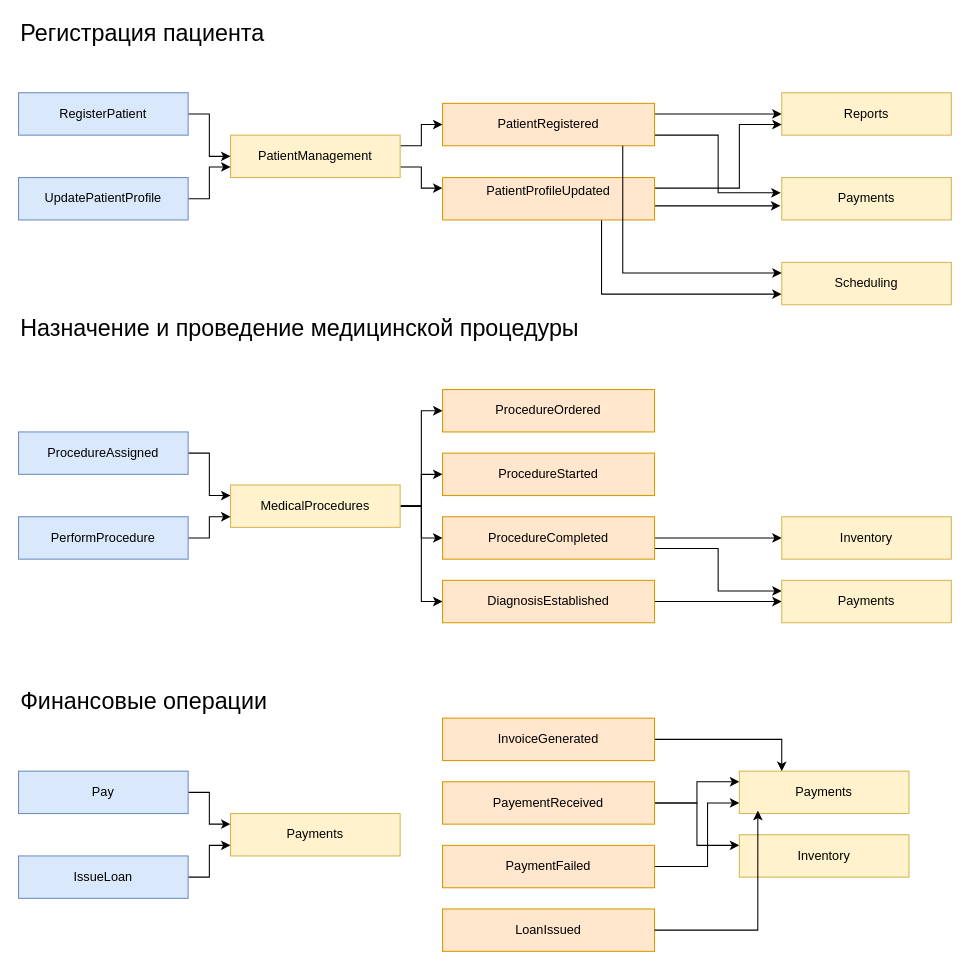
dbushenko/architecture-future_2_0 keeps this draw.io diagram as Task4Advanced/event-storming.drawio. Above is the earlier version. Source tidied: cells renumbered, new cells numbered last; positions are measured from the earlier drawing's top-left corner, leaving out a move shared by most shapes. Both pictures are drawn from the tidied source at 106%, with x=0, y=0 at pixel (18, 18).
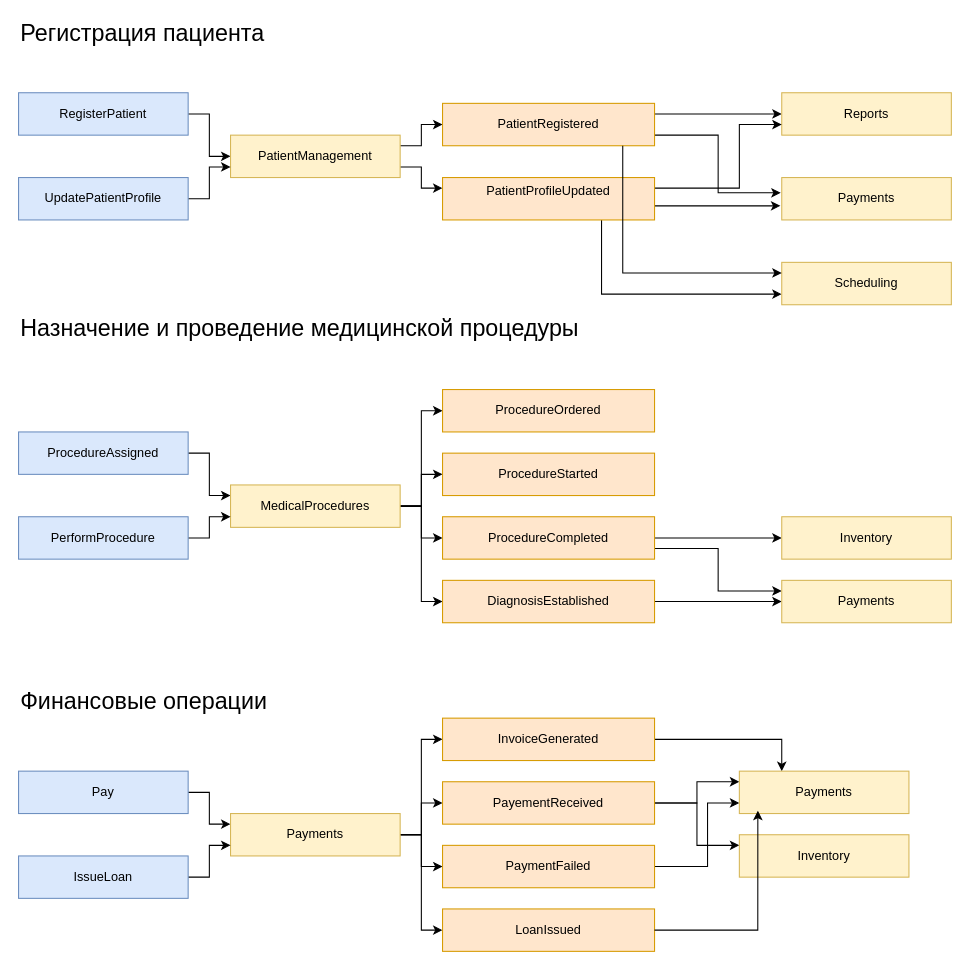
The same page after the edit.

Commit message (it also covers changes not shown here):
updated events diagram

Unchanged cells that the change refers to:
```xml
<mxCell id="43" value="Payments" style="rounded=0;whiteSpace=wrap;html=1;fillColor=#fff2cc;strokeColor=#d6b656;" parent="1" vertex="1">
  <mxGeometry x="200" y="750" width="160" height="40" as="geometry" />
</mxCell>
<mxCell id="47" value="InvoiceGenerated" style="rounded=0;whiteSpace=wrap;html=1;fillColor=#ffe6cc;strokeColor=#d79b00;" parent="1" vertex="1">
  <mxGeometry x="400" y="660" width="200" height="40" as="geometry" />
</mxCell>
<mxCell id="50" value="PayementReceived" style="rounded=0;whiteSpace=wrap;html=1;fillColor=#ffe6cc;strokeColor=#d79b00;" parent="1" vertex="1">
  <mxGeometry x="400" y="720" width="200" height="40" as="geometry" />
</mxCell>
<mxCell id="52" value="PaymentFailed" style="rounded=0;whiteSpace=wrap;html=1;fillColor=#ffe6cc;strokeColor=#d79b00;" parent="1" vertex="1">
  <mxGeometry x="400" y="780" width="200" height="40" as="geometry" />
</mxCell>
<mxCell id="53" value="LoanIssued" style="rounded=0;whiteSpace=wrap;html=1;fillColor=#ffe6cc;strokeColor=#d79b00;" parent="1" vertex="1">
  <mxGeometry x="400" y="840" width="200" height="40" as="geometry" />
</mxCell>
```

Change to the diagram source:
```diff
@@
+    <mxCell id="57" style="edgeStyle=orthogonalEdgeStyle;rounded=0;jettySize=auto;html=1;entryX=0;entryY=0.5;entryDx=0;entryDy=0;" parent="1" edge="1" source="43" target="47">
+      <mxGeometry relative="1" as="geometry" />
+    </mxCell>
+    <mxCell id="58" style="edgeStyle=orthogonalEdgeStyle;rounded=0;jettySize=auto;html=1;entryX=0;entryY=0.5;entryDx=0;entryDy=0;" parent="1" edge="1" source="43" target="50">
+      <mxGeometry relative="1" as="geometry" />
+    </mxCell>
+    <mxCell id="59" style="edgeStyle=orthogonalEdgeStyle;rounded=0;jettySize=auto;html=1;entryX=0;entryY=0.5;entryDx=0;entryDy=0;" parent="1" edge="1" source="43" target="52">
+      <mxGeometry relative="1" as="geometry" />
+    </mxCell>
+    <mxCell id="60" style="edgeStyle=orthogonalEdgeStyle;rounded=0;jettySize=auto;html=1;entryX=0;entryY=0.5;entryDx=0;entryDy=0;" parent="1" edge="1" source="43" target="53">
+      <mxGeometry relative="1" as="geometry" />
+    </mxCell>
```
